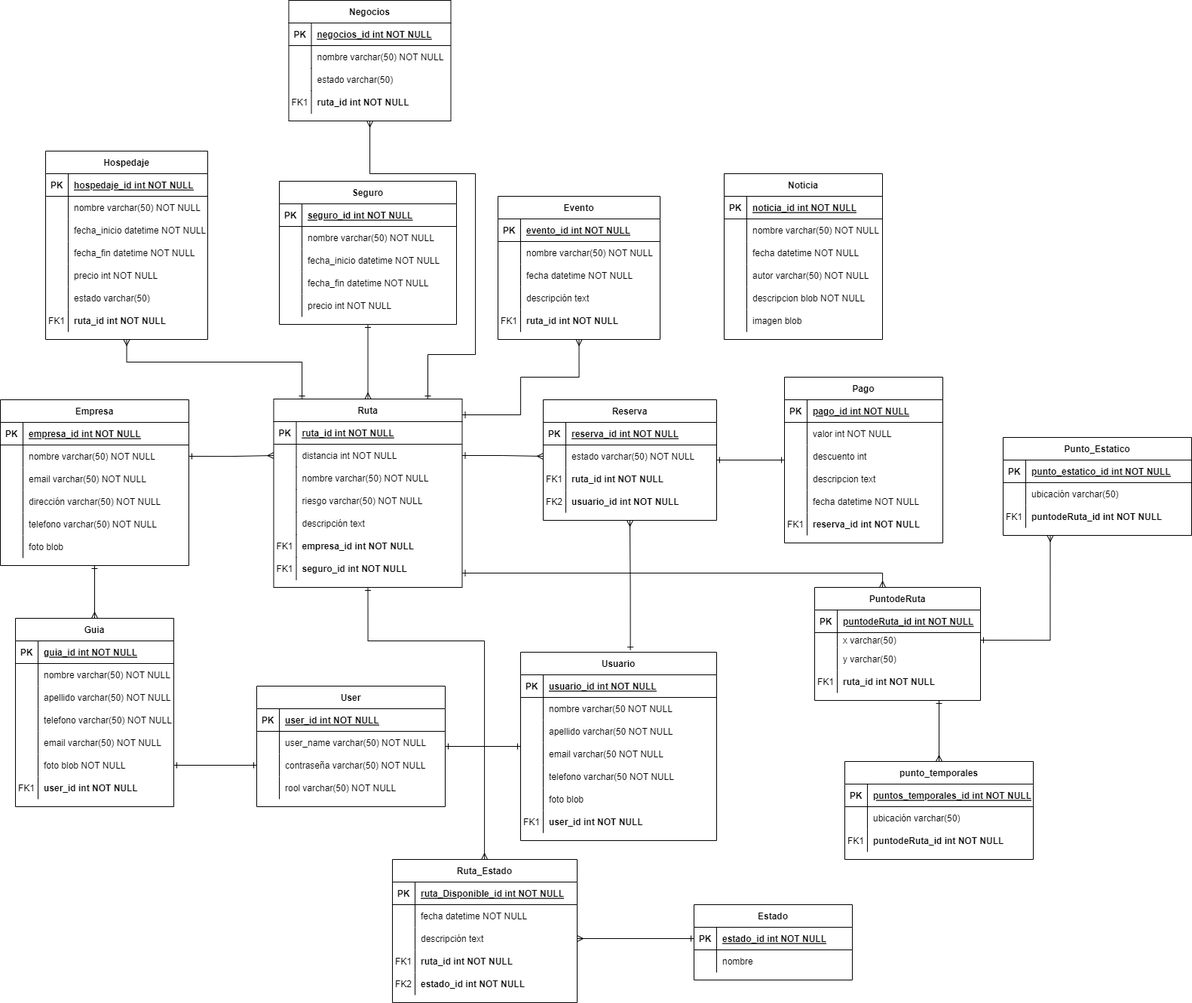
andrees971/servicios-ecoturismo-apis keeps this draw.io diagram as documentacion/modelos/base de datos/entidad relacion.png. Above is the earlier version. Source tidied: cells renumbered, new cells last; positions are measured from the earlier drawing's top-left corner, leaving out a move shared by most shapes.
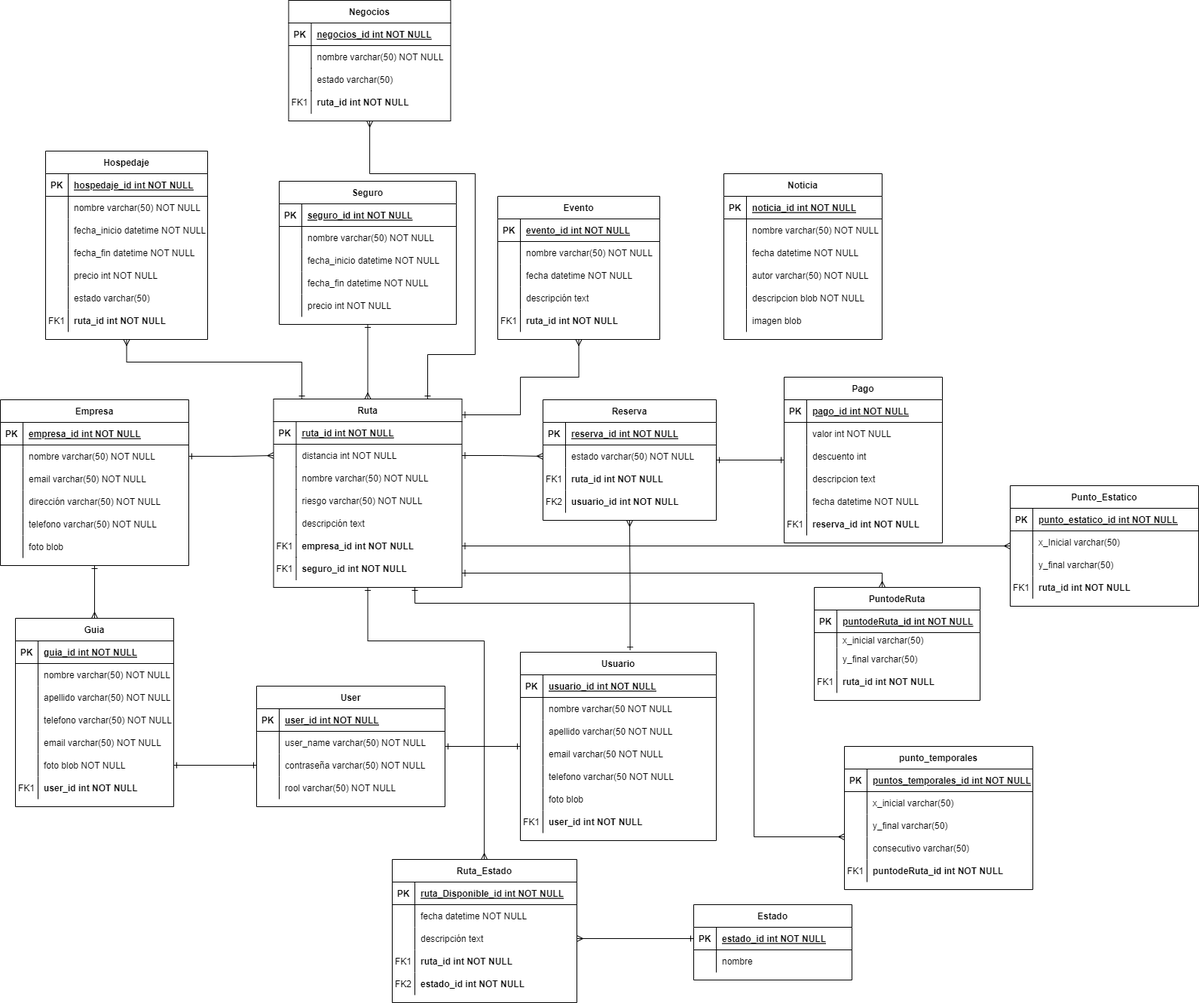
The same diagram one commit later.

Commit message:
4.1 se modifico el diseño de base de datos, arregladno algunas tablas y enlaces

Diff of the diagram source:
```diff
@@ -751,13 +751,6 @@
     <mxCell id="241" value="imagen blob " style="shape=partialRectangle;fillColor=none;top=0;left=0;bottom=0;right=0;align=left;spacingLeft=6;overflow=hidden;" parent="239" vertex="1">
       <mxGeometry x="30" width="180" height="30" as="geometry" />
     </mxCell>
-    <mxCell id="242" style="edgeStyle=orthogonalEdgeStyle;rounded=0;jettySize=auto;html=1;exitX=1;exitY=0.5;exitDx=0;exitDy=0;entryX=0.25;entryY=1;entryDx=0;entryDy=0;startArrow=ERone;startFill=0;endArrow=ERmany;endFill=0;" parent="1" edge="1" source="247" target="256">
-      <mxGeometry relative="1" as="geometry">
-        <Array as="points">
-          <mxPoint x="1393" y="849" />
-        </Array>
-      </mxGeometry>
-    </mxCell>
     <mxCell id="243" value="PuntodeRuta" style="shape=table;startSize=30;rowLines=0;fontStyle=1;align=center;" parent="1" vertex="1">
       <mxGeometry x="1080" y="779" width="220" height="150" as="geometry" />
     </mxCell>
@@ -776,7 +769,7 @@
     <mxCell id="248" style="shape=partialRectangle;fillColor=none;top=0;left=0;bottom=0;right=0;overflow=hidden;" parent="247" vertex="1">
       <mxGeometry width="30" height="20" as="geometry" />
     </mxCell>
-    <mxCell id="249" value="x varchar(50)" style="shape=partialRectangle;fillColor=none;top=0;left=0;bottom=0;right=0;align=left;spacingLeft=6;overflow=hidden;" parent="247" vertex="1">
+    <mxCell id="249" value="x_inicial varchar(50)" style="shape=partialRectangle;fillColor=none;top=0;left=0;bottom=0;right=0;align=left;spacingLeft=6;overflow=hidden;" parent="247" vertex="1">
       <mxGeometry x="30" width="190" height="20" as="geometry" />
     </mxCell>
     <mxCell id="250" style="shape=tableRow;horizontal=0;startSize=0;swimlaneHead=0;swimlaneBody=0;fillColor=none;top=0;left=0;right=0;bottom=0;" parent="243" vertex="1">
@@ -785,7 +778,7 @@
     <mxCell id="251" style="shape=partialRectangle;fillColor=none;top=0;left=0;bottom=0;right=0;overflow=hidden;" parent="250" vertex="1">
       <mxGeometry width="30" height="30" as="geometry" />
     </mxCell>
-    <mxCell id="252" value="y varchar(50)" style="shape=partialRectangle;fillColor=none;top=0;left=0;bottom=0;right=0;align=left;spacingLeft=6;overflow=hidden;" parent="250" vertex="1">
+    <mxCell id="252" value="y_final varchar(50)" style="shape=partialRectangle;fillColor=none;top=0;left=0;bottom=0;right=0;align=left;spacingLeft=6;overflow=hidden;" parent="250" vertex="1">
       <mxGeometry x="30" width="190" height="30" as="geometry" />
     </mxCell>
     <mxCell id="253" style="shape=tableRow;horizontal=0;startSize=0;swimlaneHead=0;swimlaneBody=0;fillColor=none;top=0;left=0;right=0;bottom=0;fontStyle=1;" parent="243" vertex="1">
@@ -798,7 +791,7 @@
       <mxGeometry x="30" width="190" height="30" as="geometry" />
     </mxCell>
     <mxCell id="256" value="Punto_Estatico" style="shape=table;startSize=30;rowLines=0;fontStyle=1;align=center;" parent="1" vertex="1">
-      <mxGeometry x="1330" y="580" width="250" height="130" as="geometry" />
+      <mxGeometry x="1340" y="644" width="250" height="160" as="geometry" />
     </mxCell>
     <mxCell id="257" style="shape=tableRow;horizontal=0;startSize=0;swimlaneHead=0;swimlaneBody=0;fillColor=none;top=0;left=0;right=0;bottom=1;" parent="256" vertex="1">
       <mxGeometry y="30" width="250" height="30" as="geometry" />
@@ -815,16 +808,25 @@
     <mxCell id="261" style="shape=partialRectangle;fillColor=none;top=0;left=0;bottom=0;right=0;overflow=hidden;" parent="260" vertex="1">
       <mxGeometry width="30" height="30" as="geometry" />
     </mxCell>
-    <mxCell id="262" value="ubicación varchar(50)" style="shape=partialRectangle;fillColor=none;top=0;left=0;bottom=0;right=0;align=left;spacingLeft=6;overflow=hidden;" parent="260" vertex="1">
+    <mxCell id="262" value="x_Inicial varchar(50)" style="shape=partialRectangle;fillColor=none;top=0;left=0;bottom=0;right=0;align=left;spacingLeft=6;overflow=hidden;" parent="260" vertex="1">
       <mxGeometry x="30" width="220" height="30" as="geometry" />
     </mxCell>
+    <mxCell id="290" style="shape=tableRow;horizontal=0;startSize=0;swimlaneHead=0;swimlaneBody=0;fillColor=none;top=0;left=0;right=0;bottom=0;" parent="256" vertex="1">
+      <mxGeometry y="90" width="250" height="30" as="geometry" />
+    </mxCell>
+    <mxCell id="291" style="shape=partialRectangle;fillColor=none;top=0;left=0;bottom=0;right=0;overflow=hidden;" parent="290" vertex="1">
+      <mxGeometry width="30" height="30" as="geometry" />
+    </mxCell>
+    <mxCell id="292" value="y_final varchar(50)" style="shape=partialRectangle;fillColor=none;top=0;left=0;bottom=0;right=0;align=left;spacingLeft=6;overflow=hidden;" parent="290" vertex="1">
+      <mxGeometry x="30" width="220" height="30" as="geometry" />
+    </mxCell>
     <mxCell id="263" style="shape=tableRow;horizontal=0;startSize=0;swimlaneHead=0;swimlaneBody=0;fillColor=none;top=0;left=0;right=0;bottom=0;" parent="256" vertex="1">
-      <mxGeometry y="90" width="250" height="30" as="geometry" />
+      <mxGeometry y="120" width="250" height="30" as="geometry" />
     </mxCell>
     <mxCell id="264" value="FK1" style="shape=partialRectangle;fillColor=none;top=0;left=0;bottom=0;right=0;overflow=hidden;" parent="263" vertex="1">
       <mxGeometry width="30" height="30" as="geometry" />
     </mxCell>
-    <mxCell id="265" value="puntodeRuta_id int NOT NULL" style="shape=partialRectangle;fillColor=none;top=0;left=0;bottom=0;right=0;align=left;spacingLeft=6;overflow=hidden;fontStyle=1;" parent="263" vertex="1">
+    <mxCell id="265" value="ruta_id int NOT NULL" style="shape=partialRectangle;fillColor=none;top=0;left=0;bottom=0;right=0;align=left;spacingLeft=6;overflow=hidden;fontStyle=1;" parent="263" vertex="1">
       <mxGeometry x="30" width="220" height="30" as="geometry" />
     </mxCell>
     <mxCell id="266" value="Negocios" style="shape=table;startSize=30;rowLines=0;fontStyle=1;align=center;" parent="1" vertex="1">
@@ -867,7 +869,7 @@
       <mxGeometry x="30" width="185" height="30" as="geometry" />
     </mxCell>
     <mxCell id="279" value="punto_temporales" style="shape=table;startSize=30;rowLines=0;fontStyle=1;align=center;" parent="1" vertex="1">
-      <mxGeometry x="1120" y="1010" width="250" height="130" as="geometry" />
+      <mxGeometry x="1120" y="990" width="250" height="190" as="geometry" />
     </mxCell>
     <mxCell id="280" style="shape=tableRow;horizontal=0;startSize=0;swimlaneHead=0;swimlaneBody=0;fillColor=none;top=0;left=0;right=0;bottom=1;" parent="279" vertex="1">
       <mxGeometry y="30" width="250" height="30" as="geometry" />
@@ -884,11 +886,29 @@
     <mxCell id="284" style="shape=partialRectangle;fillColor=none;top=0;left=0;bottom=0;right=0;overflow=hidden;" parent="283" vertex="1">
       <mxGeometry width="30" height="30" as="geometry" />
     </mxCell>
-    <mxCell id="285" value="ubicación varchar(50)" style="shape=partialRectangle;fillColor=none;top=0;left=0;bottom=0;right=0;align=left;spacingLeft=6;overflow=hidden;" parent="283" vertex="1">
+    <mxCell id="285" value="x_inicial varchar(50)" style="shape=partialRectangle;fillColor=none;top=0;left=0;bottom=0;right=0;align=left;spacingLeft=6;overflow=hidden;" parent="283" vertex="1">
       <mxGeometry x="30" width="220" height="30" as="geometry" />
     </mxCell>
+    <mxCell id="293" style="shape=tableRow;horizontal=0;startSize=0;swimlaneHead=0;swimlaneBody=0;fillColor=none;points=[[0,0.5],[1,0.5]];portConstraint=eastwest;top=0;left=0;right=0;bottom=0;" parent="279" vertex="1">
+      <mxGeometry y="90" width="250" height="30" as="geometry" />
+    </mxCell>
+    <mxCell id="294" style="shape=partialRectangle;fillColor=none;top=0;left=0;bottom=0;right=0;overflow=hidden;" parent="293" vertex="1">
+      <mxGeometry width="30" height="30" as="geometry" />
+    </mxCell>
+    <mxCell id="295" value="y_final varchar(50)" style="shape=partialRectangle;fillColor=none;top=0;left=0;bottom=0;right=0;align=left;spacingLeft=6;overflow=hidden;" parent="293" vertex="1">
+      <mxGeometry x="30" width="220" height="30" as="geometry" />
+    </mxCell>
+    <mxCell id="296" style="shape=tableRow;horizontal=0;startSize=0;swimlaneHead=0;swimlaneBody=0;fillColor=none;top=0;left=0;right=0;bottom=0;" parent="279" vertex="1">
+      <mxGeometry y="120" width="250" height="30" as="geometry" />
+    </mxCell>
+    <mxCell id="297" style="shape=partialRectangle;fillColor=none;top=0;left=0;bottom=0;right=0;overflow=hidden;" parent="296" vertex="1">
+      <mxGeometry width="30" height="30" as="geometry" />
+    </mxCell>
+    <mxCell id="298" value="consecutivo varchar(50)" style="shape=partialRectangle;fillColor=none;top=0;left=0;bottom=0;right=0;align=left;spacingLeft=6;overflow=hidden;" parent="296" vertex="1">
+      <mxGeometry x="30" width="220" height="30" as="geometry" />
+    </mxCell>
     <mxCell id="286" style="shape=tableRow;horizontal=0;startSize=0;swimlaneHead=0;swimlaneBody=0;fillColor=none;top=0;left=0;right=0;bottom=0;" parent="279" vertex="1">
-      <mxGeometry y="90" width="250" height="30" as="geometry" />
+      <mxGeometry y="150" width="250" height="30" as="geometry" />
     </mxCell>
     <mxCell id="287" value="FK1" style="shape=partialRectangle;fillColor=none;top=0;left=0;bottom=0;right=0;overflow=hidden;" parent="286" vertex="1">
       <mxGeometry width="30" height="30" as="geometry" />
@@ -896,8 +916,17 @@
     <mxCell id="288" value="puntodeRuta_id int NOT NULL" style="shape=partialRectangle;fillColor=none;top=0;left=0;bottom=0;right=0;align=left;spacingLeft=6;overflow=hidden;fontStyle=1;" parent="286" vertex="1">
       <mxGeometry x="30" width="220" height="30" as="geometry" />
     </mxCell>
-    <mxCell id="289" style="edgeStyle=orthogonalEdgeStyle;rounded=0;jettySize=auto;html=1;startArrow=ERone;startFill=0;endArrow=ERmany;endFill=0;exitX=0.75;exitY=1;exitDx=0;exitDy=0;" parent="1" edge="1" source="243" target="279">
-      <mxGeometry relative="1" as="geometry" />
-    </mxCell>
+    <mxCell id="299" style="edgeStyle=orthogonalEdgeStyle;rounded=0;jettySize=auto;html=1;endArrow=ERmany;endFill=0;startArrow=ERone;startFill=0;" parent="1" edge="1" source="23" target="256">
+      <mxGeometry relative="1" as="geometry" />
+    </mxCell>
+    <mxCell id="300" style="edgeStyle=orthogonalEdgeStyle;rounded=0;jettySize=auto;html=1;startArrow=ERone;startFill=0;endArrow=ERmany;endFill=0;exitX=0.75;exitY=1;exitDx=0;exitDy=0;" parent="1" edge="1" source="7" target="293">
+      <mxGeometry relative="1" as="geometry">
+        <Array as="points">
+          <mxPoint x="550" y="800" />
+          <mxPoint x="1000" y="800" />
+          <mxPoint x="1000" y="1110" />
+        </Array>
+      </mxGeometry>
+    </mxCell>
   </root>
 </mxGraphModel>
```
